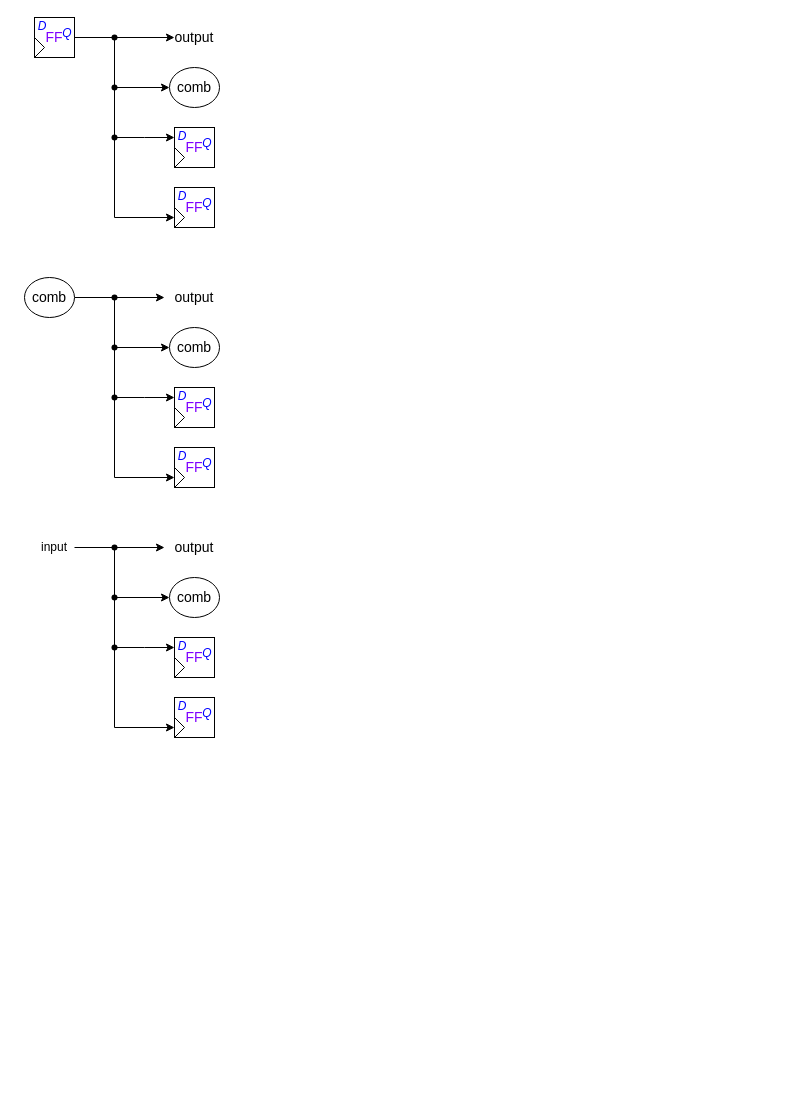
Earlier version of the draw.io diagram verilator_digrams/Emulator_07.drawio (Dercury/CLDK). Source tidied: cells renumbered, new cells numbered last; positions are measured from the earlier drawing's top-left corner, leaving out a move shared by most shapes. Both pictures are drawn from the tidied source at 100%, with x=0, y=0 at pixel (24, 17).
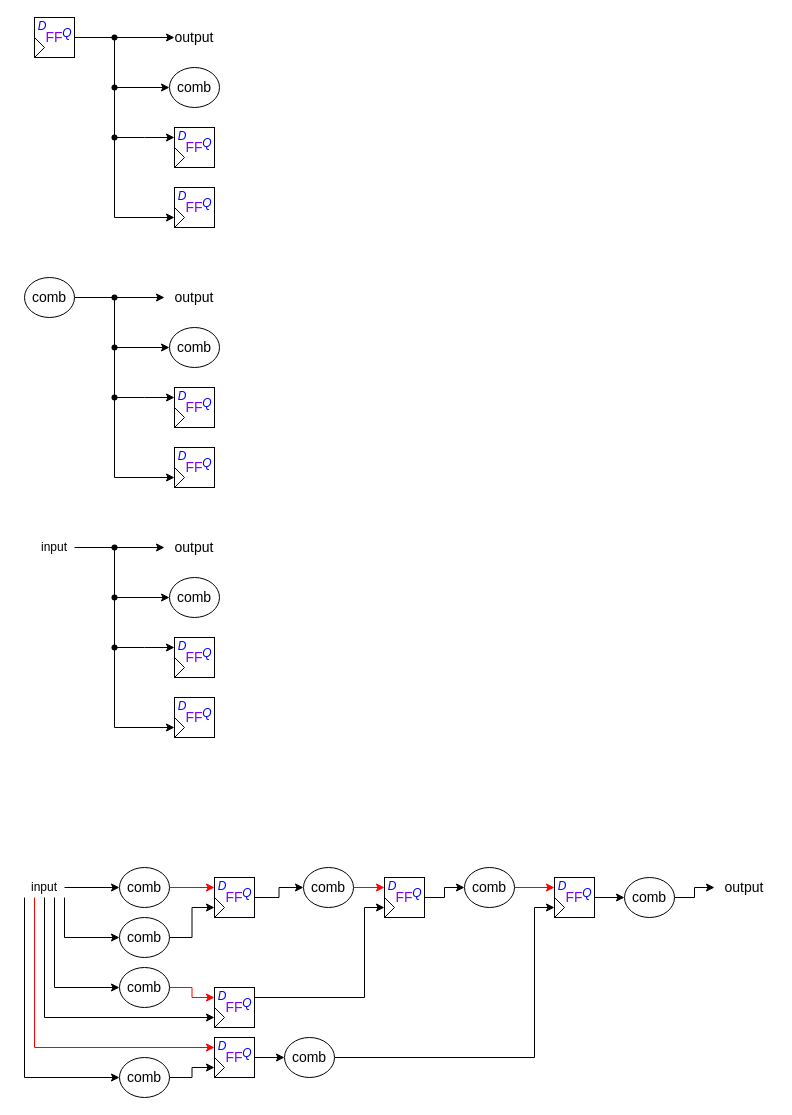
After the change.

Diff of the diagram source:
```diff
@@
+    <mxCell id="75" style="edgeStyle=orthogonalEdgeStyle;rounded=0;jettySize=auto;html=1;entryX=0;entryY=0.5;entryDx=0;entryDy=0;" parent="1" edge="1" source="78" target="124">
+      <mxGeometry relative="1" as="geometry">
+        <Array as="points">
+          <mxPoint x="40" y="920" />
+        </Array>
+      </mxGeometry>
+    </mxCell>
+    <mxCell id="76" style="edgeStyle=orthogonalEdgeStyle;rounded=0;jettySize=auto;html=1;entryX=0;entryY=0.5;entryDx=0;entryDy=0;" parent="1" edge="1" source="78" target="86">
+      <mxGeometry relative="1" as="geometry">
+        <Array as="points">
+          <mxPoint x="20" y="1000" />
+        </Array>
+      </mxGeometry>
+    </mxCell>
+    <mxCell id="77" style="edgeStyle=orthogonalEdgeStyle;rounded=0;jettySize=auto;html=1;exitX=0.25;exitY=1;exitDx=0;exitDy=0;entryX=0;entryY=0.25;entryDx=0;entryDy=0;strokeColor=#FF0000;align=center;verticalAlign=middle;fontFamily=Helvetica;fontSize=11;fontColor=default;labelBackgroundColor=default;endArrow=classic;" parent="1" edge="1" source="78" target="90">
+      <mxGeometry relative="1" as="geometry" />
+    </mxCell>
+    <mxCell id="78" value="input" style="text;html=1;strokeColor=none;fillColor=none;align=center;verticalAlign=middle;whiteSpace=wrap;rounded=0;labelBackgroundColor=none;strokeWidth=1;fontSize=12;fontColor=#000000;" parent="1" vertex="1">
+      <mxGeometry y="860" width="40" height="20" as="geometry" />
+    </mxCell>
+    <mxCell id="79" style="edgeStyle=orthogonalEdgeStyle;rounded=0;jettySize=auto;html=1;entryX=0;entryY=0.5;entryDx=0;entryDy=0;labelBackgroundColor=none;strokeColor=#000000;strokeWidth=1;fontSize=16;fontColor=#000000;startArrow=none;startFill=0;endArrow=classic;endFill=1;" parent="1" edge="1" source="78" target="82">
+      <mxGeometry relative="1" as="geometry" />
+    </mxCell>
+    <mxCell id="80" style="edgeStyle=orthogonalEdgeStyle;rounded=0;jettySize=auto;html=1;labelBackgroundColor=none;strokeColor=#000000;strokeWidth=1;fontSize=14;fontColor=#000000;startArrow=none;startFill=0;endArrow=classic;endFill=1;exitX=0.75;exitY=1;exitDx=0;exitDy=0;entryX=0;entryY=0.5;entryDx=0;entryDy=0;" parent="1" edge="1" source="78" target="128">
+      <mxGeometry relative="1" as="geometry">
+        <Array as="points">
+          <mxPoint x="30" y="970" />
+        </Array>
+      </mxGeometry>
+    </mxCell>
+    <mxCell id="81" style="edgeStyle=orthogonalEdgeStyle;rounded=0;jettySize=auto;html=1;entryX=0;entryY=0.25;entryDx=0;entryDy=0;strokeColor=#FF0000;" parent="1" edge="1" source="82" target="95">
+      <mxGeometry relative="1" as="geometry" />
+    </mxCell>
+    <mxCell id="82" value="comb" style="ellipse;whiteSpace=wrap;html=1;labelBackgroundColor=none;strokeColor=default;strokeWidth=1;fontSize=14;fontColor=#000000;" parent="1" vertex="1">
+      <mxGeometry x="95" y="850" width="50" height="40" as="geometry" />
+    </mxCell>
+    <mxCell id="83" style="edgeStyle=orthogonalEdgeStyle;rounded=0;jettySize=auto;html=1;entryX=0;entryY=0.5;entryDx=0;entryDy=0;labelBackgroundColor=none;strokeColor=#000000;strokeWidth=1;fontSize=12;fontColor=#0000FF;startArrow=none;startFill=0;endArrow=classic;endFill=1;exitX=0;exitY=1;exitDx=0;exitDy=0;" parent="1" edge="1" source="78" target="126">
+      <mxGeometry relative="1" as="geometry" />
+    </mxCell>
+    <mxCell id="84" style="group;" parent="1" vertex="1">
+      <mxGeometry x="190" y="970" width="40" height="40" as="geometry" />
+    </mxCell>
+    <mxCell id="85" value="FF" style="rounded=0;whiteSpace=wrap;html=1;labelBackgroundColor=none;strokeColor=default;strokeWidth=1;fontSize=14;fontColor=#7F00FF;" parent="84" vertex="1">
+      <mxGeometry width="40" height="40" as="geometry" />
+    </mxCell>
+    <mxCell id="86" style="triangle;whiteSpace=wrap;html=1;labelBackgroundColor=none;strokeColor=default;strokeWidth=1;fontSize=14;fontColor=#000000;" parent="84" vertex="1">
+      <mxGeometry y="20" width="10" height="20" as="geometry" />
+    </mxCell>
+    <mxCell id="87" value="D" style="text;html=1;strokeColor=none;fillColor=none;align=center;verticalAlign=middle;whiteSpace=wrap;rounded=0;labelBackgroundColor=none;strokeWidth=1;fontSize=12;fontColor=#0000FF;fontStyle=2;" parent="84" vertex="1">
+      <mxGeometry x="3" y="4.8" width="10" height="8" as="geometry" />
+    </mxCell>
+    <mxCell id="88" value="Q" style="text;html=1;strokeColor=none;fillColor=none;align=center;verticalAlign=middle;whiteSpace=wrap;rounded=0;labelBackgroundColor=none;strokeWidth=1;fontSize=12;fontColor=#0000FF;fontStyle=2;" parent="84" vertex="1">
+      <mxGeometry x="28" y="12" width="10" height="8" as="geometry" />
+    </mxCell>
+    <mxCell id="89" style="group;" parent="1" vertex="1">
+      <mxGeometry x="190" y="1020" width="40" height="40" as="geometry" />
+    </mxCell>
+    <mxCell id="90" value="FF" style="rounded=0;whiteSpace=wrap;html=1;labelBackgroundColor=none;strokeColor=default;strokeWidth=1;fontSize=14;fontColor=#7F00FF;" parent="89" vertex="1">
+      <mxGeometry width="40" height="40" as="geometry" />
+    </mxCell>
+    <mxCell id="91" style="triangle;whiteSpace=wrap;html=1;labelBackgroundColor=none;strokeColor=default;strokeWidth=1;fontSize=14;fontColor=#000000;" parent="89" vertex="1">
+      <mxGeometry y="20" width="10" height="20" as="geometry" />
+    </mxCell>
+    <mxCell id="92" value="D" style="text;html=1;strokeColor=none;fillColor=none;align=center;verticalAlign=middle;whiteSpace=wrap;rounded=0;labelBackgroundColor=none;strokeWidth=1;fontSize=12;fontColor=#0000FF;fontStyle=2;" parent="89" vertex="1">
+      <mxGeometry x="3" y="4.8" width="10" height="8" as="geometry" />
+    </mxCell>
+    <mxCell id="93" value="Q" style="text;html=1;strokeColor=none;fillColor=none;align=center;verticalAlign=middle;whiteSpace=wrap;rounded=0;labelBackgroundColor=none;strokeWidth=1;fontSize=12;fontColor=#0000FF;fontStyle=2;" parent="89" vertex="1">
+      <mxGeometry x="28" y="12" width="10" height="8" as="geometry" />
+    </mxCell>
+    <mxCell id="94" style="group;" parent="1" vertex="1">
+      <mxGeometry x="190" y="860" width="40" height="40" as="geometry" />
+    </mxCell>
+    <mxCell id="95" value="FF" style="rounded=0;whiteSpace=wrap;html=1;labelBackgroundColor=none;strokeColor=default;strokeWidth=1;fontSize=14;fontColor=#7F00FF;" parent="94" vertex="1">
+      <mxGeometry width="40" height="40" as="geometry" />
+    </mxCell>
+    <mxCell id="96" style="triangle;whiteSpace=wrap;html=1;labelBackgroundColor=none;strokeColor=default;strokeWidth=1;fontSize=14;fontColor=#000000;" parent="94" vertex="1">
+      <mxGeometry y="20" width="10" height="20" as="geometry" />
+    </mxCell>
+    <mxCell id="97" value="D" style="text;html=1;strokeColor=none;fillColor=none;align=center;verticalAlign=middle;whiteSpace=wrap;rounded=0;labelBackgroundColor=none;strokeWidth=1;fontSize=12;fontColor=#0000FF;fontStyle=2;" parent="94" vertex="1">
+      <mxGeometry x="3" y="4.8" width="10" height="8" as="geometry" />
+    </mxCell>
+    <mxCell id="98" value="Q" style="text;html=1;strokeColor=none;fillColor=none;align=center;verticalAlign=middle;whiteSpace=wrap;rounded=0;labelBackgroundColor=none;strokeWidth=1;fontSize=12;fontColor=#0000FF;fontStyle=2;" parent="94" vertex="1">
+      <mxGeometry x="28" y="12" width="10" height="8" as="geometry" />
+    </mxCell>
+    <mxCell id="99" style="group;" parent="1" vertex="1">
+      <mxGeometry x="360" y="860" width="40" height="40" as="geometry" />
+    </mxCell>
+    <mxCell id="100" value="FF" style="rounded=0;whiteSpace=wrap;html=1;labelBackgroundColor=none;strokeColor=default;strokeWidth=1;fontSize=14;fontColor=#7F00FF;" parent="99" vertex="1">
+      <mxGeometry width="40" height="40" as="geometry" />
+    </mxCell>
+    <mxCell id="101" style="triangle;whiteSpace=wrap;html=1;labelBackgroundColor=none;strokeColor=default;strokeWidth=1;fontSize=14;fontColor=#000000;" parent="99" vertex="1">
+      <mxGeometry y="20" width="10" height="20" as="geometry" />
+    </mxCell>
+    <mxCell id="102" value="D" style="text;html=1;strokeColor=none;fillColor=none;align=center;verticalAlign=middle;whiteSpace=wrap;rounded=0;labelBackgroundColor=none;strokeWidth=1;fontSize=12;fontColor=#0000FF;fontStyle=2;" parent="99" vertex="1">
+      <mxGeometry x="3" y="4.8" width="10" height="8" as="geometry" />
+    </mxCell>
+    <mxCell id="103" value="Q" style="text;html=1;strokeColor=none;fillColor=none;align=center;verticalAlign=middle;whiteSpace=wrap;rounded=0;labelBackgroundColor=none;strokeWidth=1;fontSize=12;fontColor=#0000FF;fontStyle=2;" parent="99" vertex="1">
+      <mxGeometry x="28" y="12" width="10" height="8" as="geometry" />
+    </mxCell>
+    <mxCell id="104" style="edgeStyle=orthogonalEdgeStyle;rounded=0;jettySize=auto;html=1;entryX=0;entryY=0.25;entryDx=0;entryDy=0;strokeColor=#FF0000;align=center;verticalAlign=middle;fontFamily=Helvetica;fontSize=11;fontColor=default;labelBackgroundColor=default;endArrow=classic;" parent="1" edge="1" source="105" target="100">
+      <mxGeometry relative="1" as="geometry" />
+    </mxCell>
+    <mxCell id="105" value="comb" style="ellipse;whiteSpace=wrap;html=1;labelBackgroundColor=none;strokeColor=default;strokeWidth=1;fontSize=14;fontColor=#000000;" parent="1" vertex="1">
+      <mxGeometry x="279" y="850" width="50" height="40" as="geometry" />
+    </mxCell>
+    <mxCell id="106" style="edgeStyle=orthogonalEdgeStyle;rounded=0;jettySize=auto;html=1;entryX=0;entryY=0.5;entryDx=0;entryDy=0;" parent="1" edge="1" source="95" target="105">
+      <mxGeometry relative="1" as="geometry" />
+    </mxCell>
+    <mxCell id="107" style="edgeStyle=orthogonalEdgeStyle;rounded=0;jettySize=auto;html=1;entryX=0;entryY=0.25;entryDx=0;entryDy=0;strokeColor=#FF0000;align=center;verticalAlign=middle;fontFamily=Helvetica;fontSize=11;fontColor=default;labelBackgroundColor=default;endArrow=classic;" parent="1" edge="1" source="108" target="115">
+      <mxGeometry relative="1" as="geometry" />
+    </mxCell>
+    <mxCell id="108" value="comb" style="ellipse;whiteSpace=wrap;html=1;labelBackgroundColor=none;strokeColor=default;strokeWidth=1;fontSize=14;fontColor=#000000;" parent="1" vertex="1">
+      <mxGeometry x="440" y="850" width="50" height="40" as="geometry" />
+    </mxCell>
+    <mxCell id="109" style="edgeStyle=orthogonalEdgeStyle;rounded=0;jettySize=auto;html=1;entryX=0;entryY=0.5;entryDx=0;entryDy=0;" parent="1" edge="1" source="100" target="108">
+      <mxGeometry relative="1" as="geometry" />
+    </mxCell>
+    <mxCell id="110" value="output" style="text;html=1;strokeColor=none;fillColor=none;align=center;verticalAlign=middle;whiteSpace=wrap;rounded=0;labelBackgroundColor=none;strokeWidth=1;fontSize=14;fontColor=#000000;" parent="1" vertex="1">
+      <mxGeometry x="690" y="860" width="60" height="20" as="geometry" />
+    </mxCell>
+    <mxCell id="111" style="edgeStyle=orthogonalEdgeStyle;rounded=0;jettySize=auto;html=1;entryX=0;entryY=0.5;entryDx=0;entryDy=0;exitX=1;exitY=0.5;exitDx=0;exitDy=0;" parent="1" edge="1" source="112" target="116">
+      <mxGeometry relative="1" as="geometry">
+        <Array as="points">
+          <mxPoint x="510" y="1040" />
+          <mxPoint x="510" y="890" />
+        </Array>
+      </mxGeometry>
+    </mxCell>
+    <mxCell id="112" value="comb" style="ellipse;whiteSpace=wrap;html=1;labelBackgroundColor=none;strokeColor=default;strokeWidth=1;fontSize=14;fontColor=#000000;" parent="1" vertex="1">
+      <mxGeometry x="260" y="1020" width="50" height="40" as="geometry" />
+    </mxCell>
+    <mxCell id="113" style="edgeStyle=orthogonalEdgeStyle;rounded=0;jettySize=auto;html=1;" parent="1" edge="1" source="90" target="112">
+      <mxGeometry relative="1" as="geometry" />
+    </mxCell>
+    <mxCell id="114" style="group;" parent="1" vertex="1">
+      <mxGeometry x="530" y="860" width="40" height="40" as="geometry" />
+    </mxCell>
+    <mxCell id="115" value="FF" style="rounded=0;whiteSpace=wrap;html=1;labelBackgroundColor=none;strokeColor=default;strokeWidth=1;fontSize=14;fontColor=#7F00FF;" parent="114" vertex="1">
+      <mxGeometry width="40" height="40" as="geometry" />
+    </mxCell>
+    <mxCell id="116" style="triangle;whiteSpace=wrap;html=1;labelBackgroundColor=none;strokeColor=default;strokeWidth=1;fontSize=14;fontColor=#000000;" parent="114" vertex="1">
+      <mxGeometry y="20" width="10" height="20" as="geometry" />
+    </mxCell>
+    <mxCell id="117" value="D" style="text;html=1;strokeColor=none;fillColor=none;align=center;verticalAlign=middle;whiteSpace=wrap;rounded=0;labelBackgroundColor=none;strokeWidth=1;fontSize=12;fontColor=#0000FF;fontStyle=2;" parent="114" vertex="1">
+      <mxGeometry x="3" y="4.8" width="10" height="8" as="geometry" />
+    </mxCell>
+    <mxCell id="118" value="Q" style="text;html=1;strokeColor=none;fillColor=none;align=center;verticalAlign=middle;whiteSpace=wrap;rounded=0;labelBackgroundColor=none;strokeWidth=1;fontSize=12;fontColor=#0000FF;fontStyle=2;" parent="114" vertex="1">
+      <mxGeometry x="28" y="12" width="10" height="8" as="geometry" />
+    </mxCell>
+    <mxCell id="119" style="edgeStyle=orthogonalEdgeStyle;rounded=0;jettySize=auto;html=1;" parent="1" edge="1" source="115" target="121">
+      <mxGeometry relative="1" as="geometry" />
+    </mxCell>
+    <mxCell id="120" style="edgeStyle=orthogonalEdgeStyle;rounded=0;jettySize=auto;html=1;" parent="1" edge="1" source="121" target="110">
+      <mxGeometry relative="1" as="geometry" />
+    </mxCell>
+    <mxCell id="121" value="comb" style="ellipse;whiteSpace=wrap;html=1;labelBackgroundColor=none;strokeColor=default;strokeWidth=1;fontSize=14;fontColor=#000000;" parent="1" vertex="1">
+      <mxGeometry x="600" y="860" width="50" height="40" as="geometry" />
+    </mxCell>
+    <mxCell id="122" style="edgeStyle=orthogonalEdgeStyle;rounded=0;jettySize=auto;html=1;entryX=0;entryY=0.5;entryDx=0;entryDy=0;" parent="1" edge="1" source="85" target="101">
+      <mxGeometry relative="1" as="geometry">
+        <Array as="points">
+          <mxPoint x="340" y="980" />
+          <mxPoint x="340" y="890" />
+        </Array>
+      </mxGeometry>
+    </mxCell>
+    <mxCell id="123" style="edgeStyle=orthogonalEdgeStyle;rounded=0;jettySize=auto;html=1;entryX=0;entryY=0.5;entryDx=0;entryDy=0;" parent="1" edge="1" source="124" target="96">
+      <mxGeometry relative="1" as="geometry" />
+    </mxCell>
+    <mxCell id="124" value="comb" style="ellipse;whiteSpace=wrap;html=1;labelBackgroundColor=none;strokeColor=default;strokeWidth=1;fontSize=14;fontColor=#000000;" parent="1" vertex="1">
+      <mxGeometry x="95" y="900" width="50" height="40" as="geometry" />
+    </mxCell>
+    <mxCell id="125" style="edgeStyle=orthogonalEdgeStyle;rounded=0;jettySize=auto;html=1;entryX=0;entryY=0.5;entryDx=0;entryDy=0;" parent="1" edge="1" source="126" target="91">
+      <mxGeometry relative="1" as="geometry" />
+    </mxCell>
+    <mxCell id="126" value="comb" style="ellipse;whiteSpace=wrap;html=1;labelBackgroundColor=none;strokeColor=default;strokeWidth=1;fontSize=14;fontColor=#000000;" parent="1" vertex="1">
+      <mxGeometry x="95" y="1040" width="50" height="40" as="geometry" />
+    </mxCell>
+    <mxCell id="127" style="edgeStyle=orthogonalEdgeStyle;rounded=0;jettySize=auto;html=1;entryX=0;entryY=0.25;entryDx=0;entryDy=0;strokeColor=#FF0000;align=center;verticalAlign=middle;fontFamily=Helvetica;fontSize=11;fontColor=default;labelBackgroundColor=default;endArrow=classic;" parent="1" edge="1" source="128" target="85">
+      <mxGeometry relative="1" as="geometry" />
+    </mxCell>
+    <mxCell id="128" value="comb" style="ellipse;whiteSpace=wrap;html=1;labelBackgroundColor=none;strokeColor=default;strokeWidth=1;fontSize=14;fontColor=#000000;" parent="1" vertex="1">
+      <mxGeometry x="95" y="950" width="50" height="40" as="geometry" />
+    </mxCell>
```
